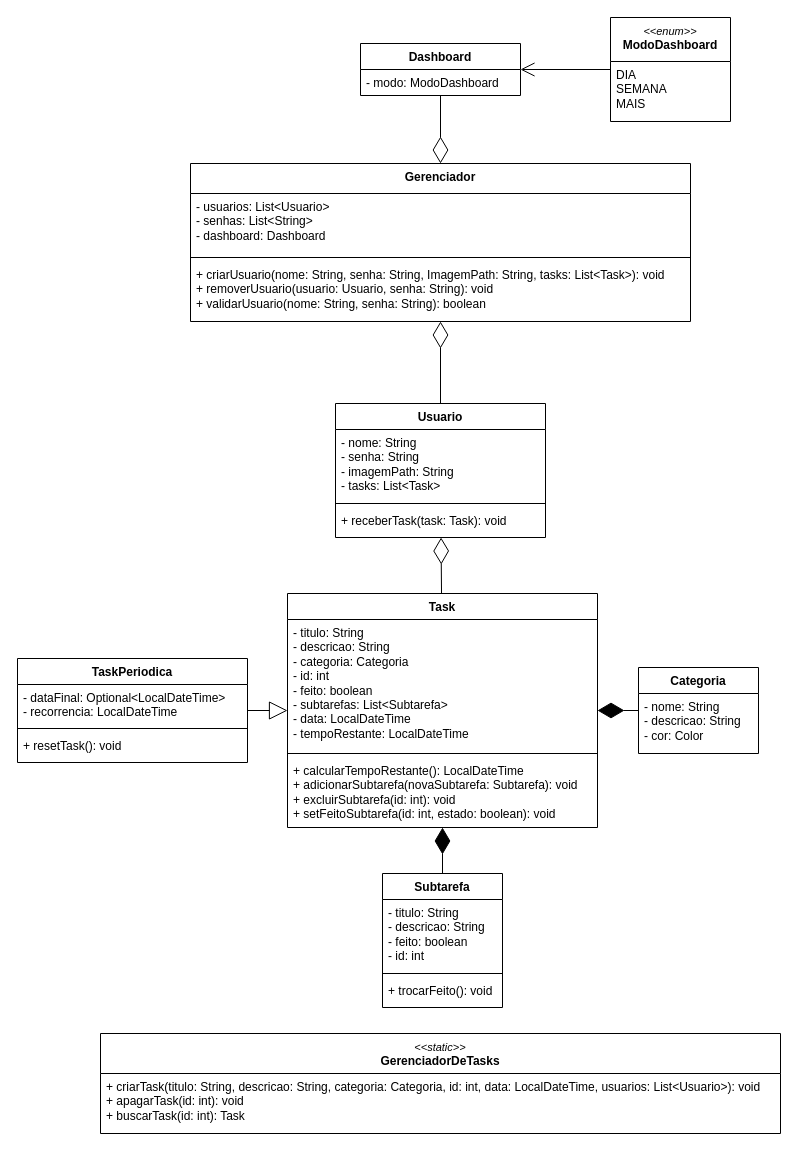
Earlier version of the draw.io diagram Diagrama UML - TaskIt.drawio (yaesetti/task-it). Source tidied: cells renumbered, new cells numbered last; positions are measured from the earlier drawing's top-left corner, leaving out a move shared by most shapes. Both pictures are drawn from the tidied source at 100%, with x=0, y=0 at pixel (17, 17).
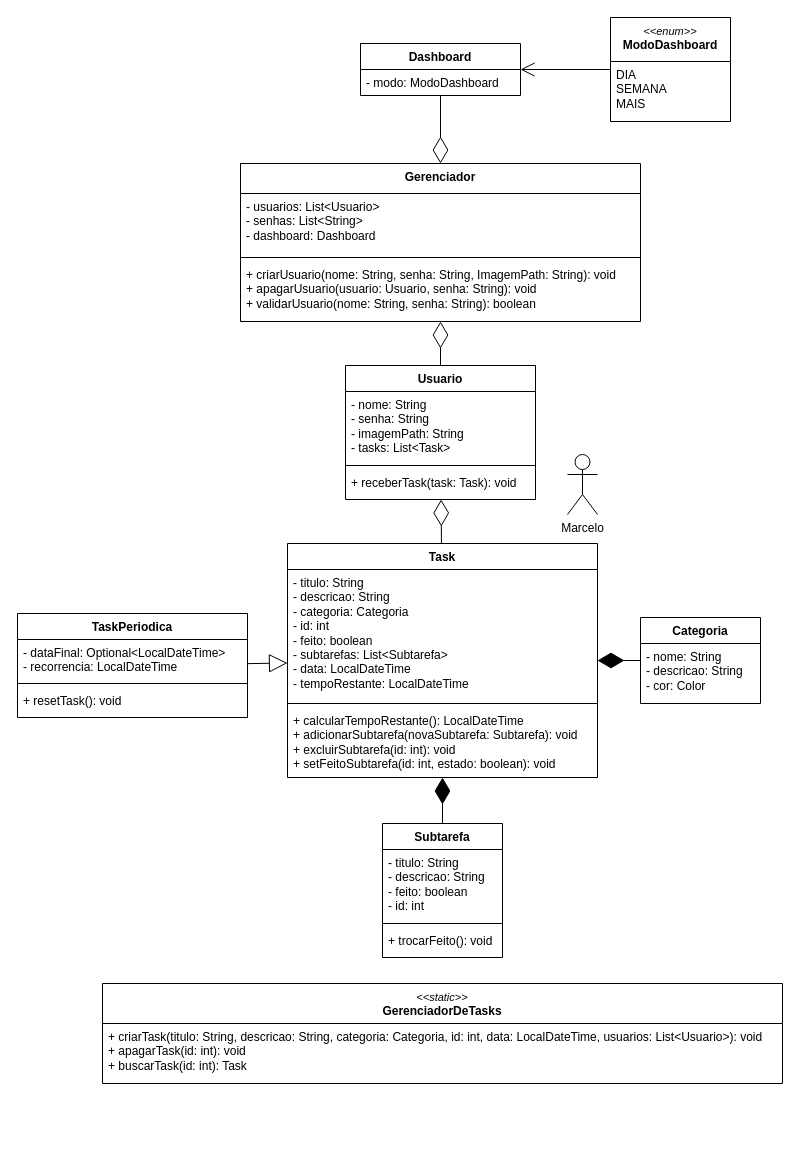
After the change.

Commit message:
Acho que terminei o UML

Diff of the diagram source:
```diff
@@
     <mxCell id="2" value="Task" style="swimlane;fontStyle=1;align=center;verticalAlign=top;horizontal=1;startSize=26;whiteSpace=wrap;html=1;" parent="1" vertex="1">
-      <mxGeometry x="270" y="576" width="310" height="234" as="geometry" />
+      <mxGeometry x="270" y="526" width="310" height="234" as="geometry" />
     </mxCell>
@@
     <mxCell id="6" value="Subtarefa" style="swimlane;fontStyle=1;align=center;verticalAlign=top;horizontal=1;startSize=26;whiteSpace=wrap;html=1;" parent="1" vertex="1">
-      <mxGeometry x="365" y="856" width="120" height="134" as="geometry" />
+      <mxGeometry x="365" y="806" width="120" height="134" as="geometry" />
     </mxCell>
@@
     <mxCell id="10" value="TaskPeriodica" style="swimlane;fontStyle=1;align=center;verticalAlign=top;horizontal=1;startSize=26;whiteSpace=wrap;html=1;" parent="1" vertex="1">
-      <mxGeometry y="641" width="230" height="104" as="geometry" />
+      <mxGeometry y="596" width="230" height="104" as="geometry" />
     </mxCell>
@@
     <mxCell id="14" value="Usuario" style="swimlane;fontStyle=1;align=center;verticalAlign=top;horizontal=1;startSize=26;whiteSpace=wrap;html=1;" parent="1" vertex="1">
-      <mxGeometry x="318" y="386" width="210" height="134" as="geometry" />
+      <mxGeometry x="328" y="348" width="190" height="134" as="geometry" />
     </mxCell>
     <mxCell id="15" value="&lt;div&gt;- nome: String&lt;/div&gt;&lt;div&gt;- senha: String&lt;/div&gt;&lt;div&gt;- imagemPath: String&lt;/div&gt;- tasks: List&amp;lt;Task&amp;gt;" style="text;strokeColor=none;fillColor=none;align=left;verticalAlign=top;spacingLeft=4;spacingRight=4;overflow=hidden;whiteSpace=wrap;html=1;" parent="14" vertex="1">
-      <mxGeometry y="26" width="210" height="70" as="geometry" />
+      <mxGeometry y="26" width="190" height="70" as="geometry" />
     </mxCell>
     <mxCell id="16" style="line;strokeWidth=1;fillColor=none;align=left;verticalAlign=middle;spacingTop=-1;spacingLeft=3;spacingRight=3;labelPosition=right;strokeColor=inherit;" parent="14" vertex="1">
-      <mxGeometry y="96" width="210" height="8" as="geometry" />
+      <mxGeometry y="96" width="190" height="8" as="geometry" />
     </mxCell>
     <mxCell id="17" value="+ receberTask(task: Task): void" style="text;strokeColor=none;fillColor=none;align=left;verticalAlign=top;spacingLeft=4;spacingRight=4;overflow=hidden;whiteSpace=wrap;html=1;" parent="14" vertex="1">
-      <mxGeometry y="104" width="210" height="30" as="geometry" />
+      <mxGeometry y="104" width="190" height="30" as="geometry" />
     </mxCell>
@@
     <mxCell id="19" value="Categoria" style="swimlane;fontStyle=1;align=center;verticalAlign=top;horizontal=1;startSize=26;whiteSpace=wrap;html=1;" parent="1" vertex="1">
-      <mxGeometry x="621" y="650" width="120" height="86" as="geometry" />
+      <mxGeometry x="623" y="600" width="120" height="86" as="geometry" />
     </mxCell>
@@
     <mxCell id="21" value="&lt;div&gt;&lt;span style=&quot;background-color: transparent; color: light-dark(rgb(0, 0, 0), rgb(255, 255, 255));&quot;&gt;Gerenciador&lt;/span&gt;&lt;/div&gt;" style="swimlane;fontStyle=1;align=center;verticalAlign=top;horizontal=1;startSize=30;whiteSpace=wrap;html=1;" parent="1" vertex="1">
-      <mxGeometry x="173" y="146" width="500" height="158" as="geometry" />
+      <mxGeometry x="223" y="146" width="400" height="158" as="geometry" />
     </mxCell>
     <mxCell id="22" value="- usuarios: List&amp;lt;Usuario&amp;gt;&lt;div&gt;- senhas: List&amp;lt;String&amp;gt;&lt;/div&gt;&lt;div&gt;- dashboard: Dashboard&lt;/div&gt;" style="text;strokeColor=none;fillColor=none;align=left;verticalAlign=top;spacingLeft=4;spacingRight=4;overflow=hidden;whiteSpace=wrap;html=1;" parent="21" vertex="1">
-      <mxGeometry y="30" width="500" height="60" as="geometry" />
+      <mxGeometry y="30" width="400" height="60" as="geometry" />
     </mxCell>
     <mxCell id="23" style="line;strokeWidth=1;fillColor=none;align=left;verticalAlign=middle;spacingTop=-1;spacingLeft=3;spacingRight=3;labelPosition=right;strokeColor=inherit;" parent="21" vertex="1">
-      <mxGeometry y="90" width="500" height="8" as="geometry" />
+      <mxGeometry y="90" width="400" height="8" as="geometry" />
     </mxCell>
-    <mxCell id="24" value="+ criarUsuario(nome: String, senha: String, I&lt;span style=&quot;background-color: transparent; color: light-dark(rgb(0, 0, 0), rgb(255, 255, 255));&quot;&gt;magemPath: String, tasks: List&amp;lt;Task&amp;gt;): void&lt;/span&gt;&lt;div&gt;+ removerUsuario(usuario: Usuario, senha: String): void&lt;/div&gt;&lt;div&gt;+ validarUsuario(nome: String, senha: String): boolean&lt;/div&gt;" style="text;strokeColor=none;fillColor=none;align=left;verticalAlign=top;spacingLeft=4;spacingRight=4;overflow=hidden;whiteSpace=wrap;html=1;" parent="21" vertex="1">
-      <mxGeometry y="98" width="500" height="60" as="geometry" />
+    <mxCell id="24" value="+ criarUsuario(nome: String, senha: String, I&lt;span style=&quot;background-color: transparent; color: light-dark(rgb(0, 0, 0), rgb(255, 255, 255));&quot;&gt;magemPath: String): void&lt;/span&gt;&lt;div&gt;+ apagarUsuario(usuario: Usuario, senha: String): void&lt;/div&gt;&lt;div&gt;+ validarUsuario(nome: String, senha: String): boolean&lt;/div&gt;" style="text;strokeColor=none;fillColor=none;align=left;verticalAlign=top;spacingLeft=4;spacingRight=4;overflow=hidden;whiteSpace=wrap;html=1;" parent="21" vertex="1">
+      <mxGeometry y="98" width="400" height="60" as="geometry" />
     </mxCell>
@@
     <mxCell id="32" value="&lt;div&gt;&lt;font style=&quot;font-size: 11px;&quot;&gt;&lt;span style=&quot;font-weight: normal;&quot;&gt;&lt;i&gt;&amp;lt;&amp;lt;static&amp;gt;&amp;gt;&lt;/i&gt;&lt;/span&gt;&lt;/font&gt;&lt;/div&gt;GerenciadorDeTasks" style="swimlane;fontStyle=1;align=center;verticalAlign=top;horizontal=1;startSize=40;whiteSpace=wrap;html=1;" parent="1" vertex="1">
-      <mxGeometry x="83" y="1016" width="680" height="100" as="geometry" />
+      <mxGeometry x="85" y="966" width="680" height="100" as="geometry" />
     </mxCell>
@@
+    <mxCell id="37" value="Marcelo" style="shape=umlActor;verticalLabelPosition=bottom;verticalAlign=top;html=1;" parent="1" vertex="1">
+      <mxGeometry x="550" y="437" width="30" height="60" as="geometry" />
+    </mxCell>
```
